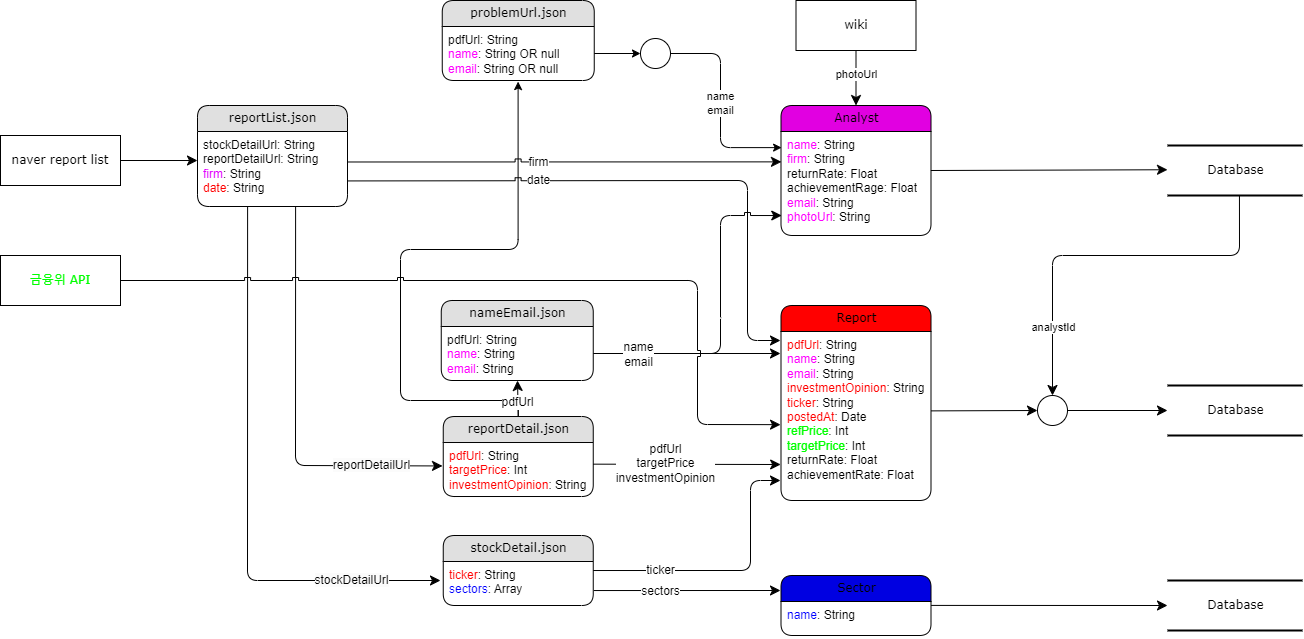
Above: diagram/DataFlow.drawio.png in PDA-stockX/research-crawling (draw.io), before the change. Source tidied: cells renumbered, new cells last; positions are measured from the earlier drawing's top-left corner, leaving out a move shared by most shapes.
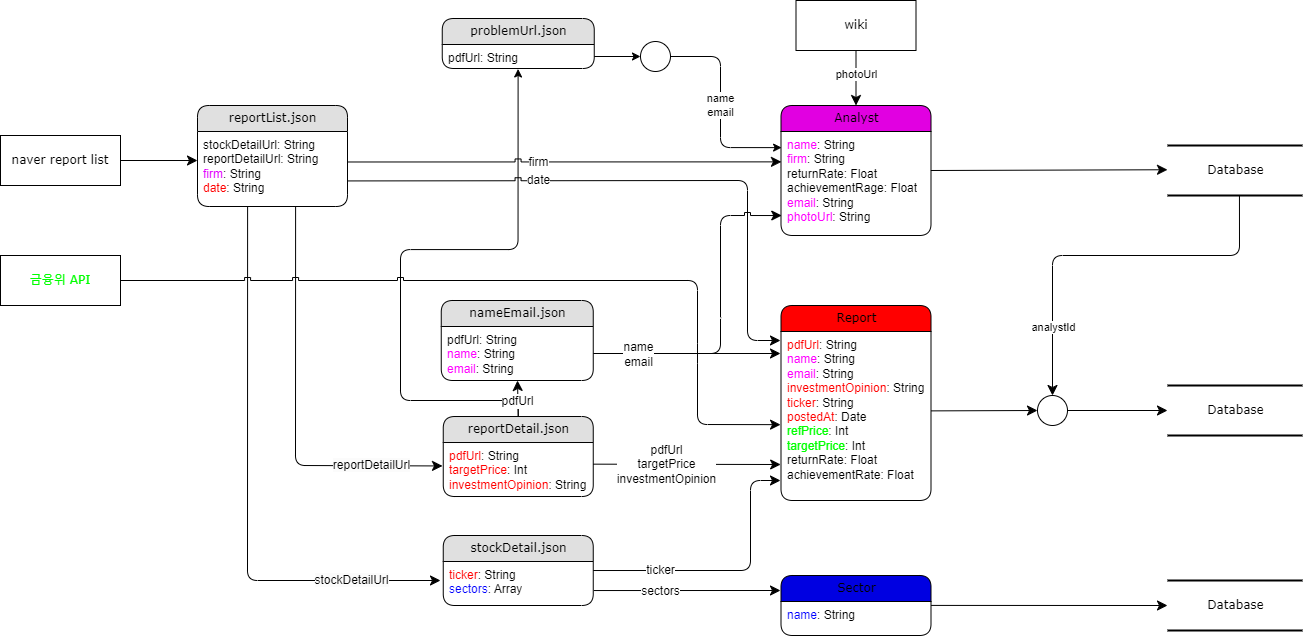
After the commit.

Change to the diagram source:
```diff
@@ -207,15 +207,15 @@
       <mxGeometry x="-0.15" relative="1" as="geometry" />
     </mxCell>
     <mxCell id="53" value="problemUrl.json" style="swimlane;html=1;fontStyle=0;horizontal=1;startSize=26;fillColor=#e0e0e0;swimlaneFillColor=#ffffff;align=center;rounded=1;shadow=0;comic=0;labelBackgroundColor=none;strokeWidth=1;fontFamily=Verdana;fontSize=12;" parent="1" vertex="1">
-      <mxGeometry x="441.8" width="152" height="80" as="geometry" />
+      <mxGeometry x="441.8" y="18" width="152" height="50" as="geometry" />
     </mxCell>
-    <mxCell id="54" value="&lt;div&gt;pdfUrl: String&lt;/div&gt;&lt;font color=&quot;#ff00ff&quot;&gt;name&lt;/font&gt;: String OR null&lt;div&gt;&lt;font color=&quot;#ff00ff&quot;&gt;email&lt;/font&gt;: String OR null&lt;/div&gt;" style="text;html=1;strokeColor=none;fillColor=none;spacingLeft=4;spacingRight=4;whiteSpace=wrap;overflow=hidden;points=[[0,0.5],[1,0.5]];portConstraint=eastwest;align=left;" parent="53" vertex="1">
-      <mxGeometry y="26" width="152" height="54" as="geometry" />
+    <mxCell id="54" value="pdfUrl: String" style="text;html=1;strokeColor=none;fillColor=none;spacingLeft=4;spacingRight=4;whiteSpace=wrap;overflow=hidden;points=[[0,0.5],[1,0.5]];portConstraint=eastwest;align=left;" parent="53" vertex="1">
+      <mxGeometry y="26" width="152" height="24" as="geometry" />
     </mxCell>
     <mxCell id="55" style="edgeStyle=orthogonalEdgeStyle;rounded=1;jettySize=auto;html=1;exitX=1;exitY=0.5;exitDx=0;exitDy=0;entryX=0.004;entryY=0.155;entryDx=0;entryDy=0;entryPerimeter=0;curved=0;" parent="1" edge="1" source="58" target="16">
       <mxGeometry relative="1" as="geometry">
         <Array as="points">
-          <mxPoint x="720" y="53" />
+          <mxPoint x="720" y="56" />
           <mxPoint x="720" y="147" />
         </Array>
       </mxGeometry>
@@ -227,7 +227,7 @@
       <mxGeometry relative="1" as="geometry" />
     </mxCell>
     <mxCell id="58" style="ellipse;whiteSpace=wrap;html=1;rounded=1;shadow=0;comic=0;labelBackgroundColor=none;strokeWidth=1;fontFamily=Verdana;fontSize=12;align=center;" parent="1" vertex="1">
-      <mxGeometry x="640" y="38" width="30" height="30" as="geometry" />
+      <mxGeometry x="640" y="41" width="30" height="30" as="geometry" />
     </mxCell>
   </root>
 </mxGraphModel>
```
